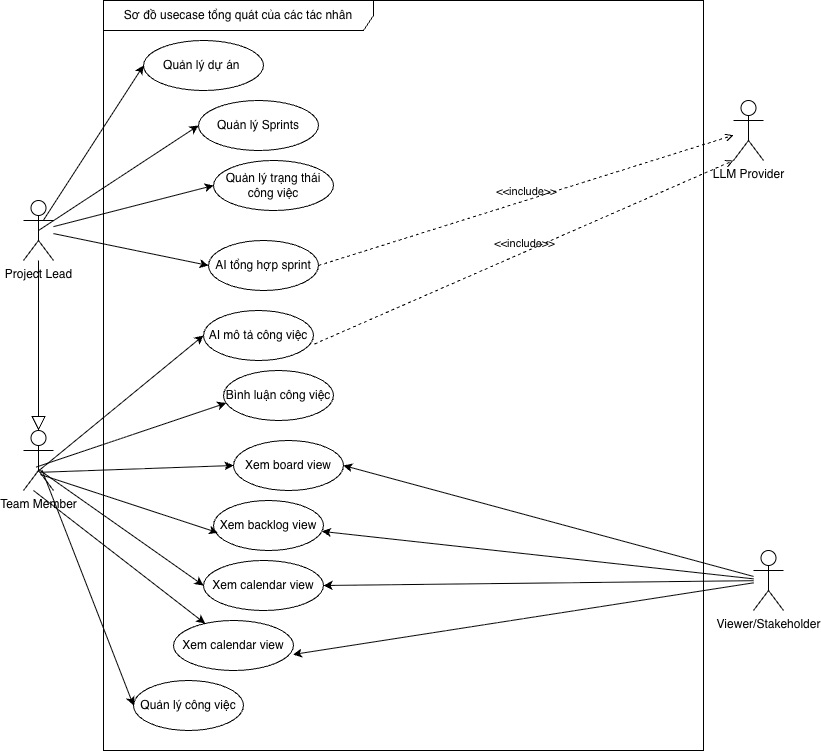
toantran292/datn keeps this draw.io diagram as reports/dat-examples/report/images/usecase_tongquan.png. Above is the earlier version. Source tidied: cells renumbered, new cells last; positions are measured from the earlier drawing's top-left corner, leaving out a move shared by most shapes.
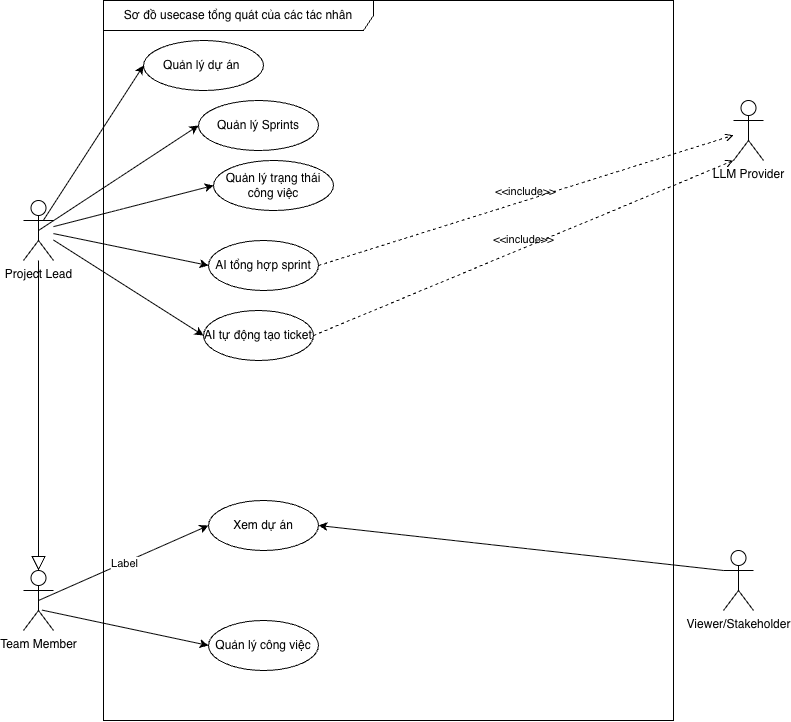
Later version of the same file.

The edit, as a diff of the source:
```diff
@@ -3,7 +3,7 @@
     <mxCell id="0" />
     <mxCell id="1" parent="0" />
     <mxCell id="2" value="Sơ đồ usecase tổng quát của các tác nhân" style="shape=umlFrame;whiteSpace=wrap;html=1;width=270;height=30;" parent="1" vertex="1">
-      <mxGeometry x="80" width="600" height="750" as="geometry" />
+      <mxGeometry x="80" width="570" height="720" as="geometry" />
     </mxCell>
     <mxCell id="3" value="Quản lý dự án&amp;nbsp;" style="ellipse;whiteSpace=wrap;html=1;" parent="2" vertex="1">
       <mxGeometry x="40" y="40" width="120" height="50" as="geometry" />
@@ -18,31 +18,19 @@
       <mxGeometry x="105" y="240" width="110" height="50" as="geometry" />
     </mxCell>
     <mxCell id="7" value="Quản lý công việc" style="ellipse;whiteSpace=wrap;html=1;" parent="2" vertex="1">
-      <mxGeometry x="30" y="680" width="110" height="50" as="geometry" />
+      <mxGeometry x="105" y="620" width="110" height="50" as="geometry" />
     </mxCell>
-    <mxCell id="8" value="Bình luận công việc" style="ellipse;whiteSpace=wrap;html=1;" parent="2" vertex="1">
-      <mxGeometry x="120" y="370" width="110" height="50" as="geometry" />
-    </mxCell>
-    <mxCell id="9" value="Xem board view" style="ellipse;whiteSpace=wrap;html=1;" parent="2" vertex="1">
-      <mxGeometry x="130" y="440" width="110" height="50" as="geometry" />
-    </mxCell>
-    <mxCell id="10" value="Xem backlog view" style="ellipse;whiteSpace=wrap;html=1;" parent="2" vertex="1">
-      <mxGeometry x="110" y="500" width="110" height="50" as="geometry" />
-    </mxCell>
-    <mxCell id="11" value="AI mô tả công việc" style="ellipse;whiteSpace=wrap;html=1;" parent="2" vertex="1">
-      <mxGeometry x="100" y="310" width="110" height="50" as="geometry" />
-    </mxCell>
-    <mxCell id="12" value="Xem calendar view" style="ellipse;whiteSpace=wrap;html=1;" parent="2" vertex="1">
-      <mxGeometry x="100" y="560" width="120" height="50" as="geometry" />
-    </mxCell>
-    <mxCell id="13" value="Xem calendar view" style="ellipse;whiteSpace=wrap;html=1;" parent="2" vertex="1">
-      <mxGeometry x="70" y="620" width="120" height="50" as="geometry" />
-    </mxCell>
+    <mxCell id="36" value="Xem dự án" style="ellipse;whiteSpace=wrap;html=1;" parent="2" vertex="1">
+      <mxGeometry x="105" y="500" width="110" height="50" as="geometry" />
+    </mxCell>
+    <mxCell id="37" value="AI tự động tạo ticket" style="ellipse;whiteSpace=wrap;html=1;" parent="2" vertex="1">
+      <mxGeometry x="100" y="310" width="110" height="50" as="geometry" />
+    </mxCell>
     <mxCell id="14" value="Project Lead" style="shape=umlActor;verticalLabelPosition=bottom;verticalAlign=top;html=1;" parent="1" vertex="1">
       <mxGeometry y="200" width="30" height="60" as="geometry" />
     </mxCell>
     <mxCell id="15" value="Team Member" style="shape=umlActor;verticalLabelPosition=bottom;verticalAlign=top;html=1;" parent="1" vertex="1">
-      <mxGeometry y="430" width="30" height="60" as="geometry" />
+      <mxGeometry y="570" width="30" height="60" as="geometry" />
     </mxCell>
     <mxCell id="16" style="endArrow=classic;html=1;rounded=0;entryX=0;entryY=0.5;entryDx=0;entryDy=0;exitX=0.5;exitY=0.5;exitDx=0;exitDy=0;exitPerimeter=0;" parent="1" edge="1" source="14" target="4">
       <mxGeometry relative="1" as="geometry" />
@@ -59,50 +47,32 @@
     <mxCell id="20" style="endArrow=classic;html=1;rounded=0;exitX=0.617;exitY=0.66;exitDx=0;exitDy=0;exitPerimeter=0;entryX=0;entryY=0.5;entryDx=0;entryDy=0;" parent="1" edge="1" source="15" target="7">
       <mxGeometry relative="1" as="geometry" />
     </mxCell>
-    <mxCell id="21" style="endArrow=classic;html=1;rounded=0;exitX=0.42;exitY=0.61;exitDx=0;exitDy=0;exitPerimeter=0;entryX=0.025;entryY=0.651;entryDx=0;entryDy=0;entryPerimeter=0;" parent="1" edge="1" source="15" target="8">
-      <mxGeometry relative="1" as="geometry" />
-    </mxCell>
-    <mxCell id="22" style="endArrow=classic;html=1;rounded=0;exitX=0.543;exitY=0.697;exitDx=0;exitDy=0;exitPerimeter=0;entryX=0;entryY=0.5;entryDx=0;entryDy=0;" parent="1" edge="1" source="15" target="9">
-      <mxGeometry relative="1" as="geometry" />
-    </mxCell>
-    <mxCell id="23" style="endArrow=classic;html=1;rounded=0;exitX=0.568;exitY=0.734;exitDx=0;exitDy=0;exitPerimeter=0;entryX=0.04;entryY=0.644;entryDx=0;entryDy=0;entryPerimeter=0;" parent="1" edge="1" source="15" target="10">
-      <mxGeometry relative="1" as="geometry" />
-    </mxCell>
     <mxCell id="24" value="LLM Provider&lt;div&gt;&lt;br&gt;&lt;/div&gt;" style="shape=umlActor;verticalLabelPosition=bottom;verticalAlign=top;html=1;outlineConnect=0;" parent="1" vertex="1">
       <mxGeometry x="710" y="100" width="30" height="60" as="geometry" />
     </mxCell>
-    <mxCell id="25" style="endArrow=classic;html=1;rounded=0;exitX=0.444;exitY=0.697;exitDx=0;exitDy=0;exitPerimeter=0;entryX=0;entryY=0.5;entryDx=0;entryDy=0;" parent="1" edge="1" source="15" target="11">
-      <mxGeometry relative="1" as="geometry" />
-    </mxCell>
     <mxCell id="26" value="&amp;lt;&amp;lt;include&amp;gt;&amp;gt;" style="html=1;verticalAlign=bottom;labelBackgroundColor=none;endArrow=open;endFill=0;dashed=1;rounded=0;exitX=1;exitY=0.5;exitDx=0;exitDy=0;" parent="1" edge="1" source="6" target="24">
       <mxGeometry relative="1" as="geometry" />
     </mxCell>
-    <mxCell id="27" value="&amp;lt;&amp;lt;include&amp;gt;&amp;gt;" style="html=1;verticalAlign=bottom;labelBackgroundColor=none;endArrow=open;endFill=0;dashed=1;rounded=0;exitX=1.009;exitY=0.67;exitDx=0;exitDy=0;exitPerimeter=0;entryX=0;entryY=1;entryDx=0;entryDy=0;entryPerimeter=0;" parent="1" edge="1" source="11" target="24">
+    <mxCell id="27" value="&amp;lt;&amp;lt;include&amp;gt;&amp;gt;" style="html=1;verticalAlign=bottom;labelBackgroundColor=none;endArrow=open;endFill=0;dashed=1;rounded=0;exitX=1;exitY=0.5;exitDx=0;exitDy=0;entryX=0;entryY=1;entryDx=0;entryDy=0;entryPerimeter=0;" parent="1" edge="1" source="37" target="24">
       <mxGeometry relative="1" as="geometry" />
     </mxCell>
     <mxCell id="28" style="edgeStyle=none;html=1;endSize=12;endArrow=block;endFill=0;rounded=0;entryX=0.5;entryY=0;entryDx=0;entryDy=0;entryPerimeter=0;" parent="1" edge="1" source="14" target="15">
       <mxGeometry relative="1" as="geometry" />
     </mxCell>
-    <mxCell id="29" style="endArrow=classic;html=1;rounded=0;exitX=0.506;exitY=0.65;exitDx=0;exitDy=0;exitPerimeter=0;entryX=0;entryY=0.5;entryDx=0;entryDy=0;" parent="1" edge="1" source="15" target="12">
-      <mxGeometry relative="1" as="geometry" />
-    </mxCell>
-    <mxCell id="30" style="endArrow=classic;html=1;rounded=0;exitX=0.333;exitY=1;exitDx=0;exitDy=0;exitPerimeter=0;" parent="1" edge="1" source="15" target="13">
-      <mxGeometry relative="1" as="geometry" />
-    </mxCell>
     <mxCell id="31" value="&lt;div&gt;Viewer/Stakeholder&lt;/div&gt;" style="shape=umlActor;verticalLabelPosition=bottom;verticalAlign=top;html=1;outlineConnect=0;" parent="1" vertex="1">
-      <mxGeometry x="730" y="550" width="30" height="60" as="geometry" />
+      <mxGeometry x="700" y="550" width="30" height="60" as="geometry" />
     </mxCell>
-    <mxCell id="32" style="endArrow=classic;html=1;rounded=0;entryX=1;entryY=0.5;entryDx=0;entryDy=0;" parent="1" edge="1" source="31" target="9">
-      <mxGeometry relative="1" as="geometry" />
-    </mxCell>
-    <mxCell id="33" style="endArrow=classic;html=1;rounded=0;" parent="1" edge="1" source="31" target="10">
-      <mxGeometry relative="1" as="geometry" />
-    </mxCell>
-    <mxCell id="34" style="endArrow=classic;html=1;rounded=0;entryX=0.996;entryY=0.68;entryDx=0;entryDy=0;entryPerimeter=0;" parent="1" edge="1" source="31" target="13">
-      <mxGeometry relative="1" as="geometry" />
-    </mxCell>
-    <mxCell id="35" style="endArrow=classic;html=1;rounded=0;entryX=1;entryY=0.5;entryDx=0;entryDy=0;" parent="1" edge="1" source="31" target="12">
-      <mxGeometry relative="1" as="geometry" />
-    </mxCell>
+    <mxCell id="38" style="endArrow=classic;html=1;rounded=0;exitX=0.5;exitY=0.5;exitDx=0;exitDy=0;exitPerimeter=0;entryX=0;entryY=0.5;entryDx=0;entryDy=0;" parent="1" edge="1" source="15" target="36">
+      <mxGeometry relative="1" as="geometry" />
+    </mxCell>
+    <mxCell id="39" value="Label" style="edgeLabel;html=1;align=center;verticalAlign=middle;" parent="38" vertex="1">
+      <mxGeometry relative="1" as="geometry" />
+    </mxCell>
+    <mxCell id="40" style="endArrow=classic;html=1;rounded=0;entryX=1;entryY=0.5;entryDx=0;entryDy=0;exitX=0;exitY=0.3333333333333333;exitDx=0;exitDy=0;exitPerimeter=0;" parent="1" edge="1" source="31" target="36">
+      <mxGeometry relative="1" as="geometry" />
+    </mxCell>
+    <mxCell id="41" style="endArrow=classic;html=1;rounded=0;entryX=0;entryY=0.5;entryDx=0;entryDy=0;" parent="1" edge="1" source="14" target="37">
+      <mxGeometry relative="1" as="geometry" />
+    </mxCell>
   </root>
 </mxGraphModel>
```
